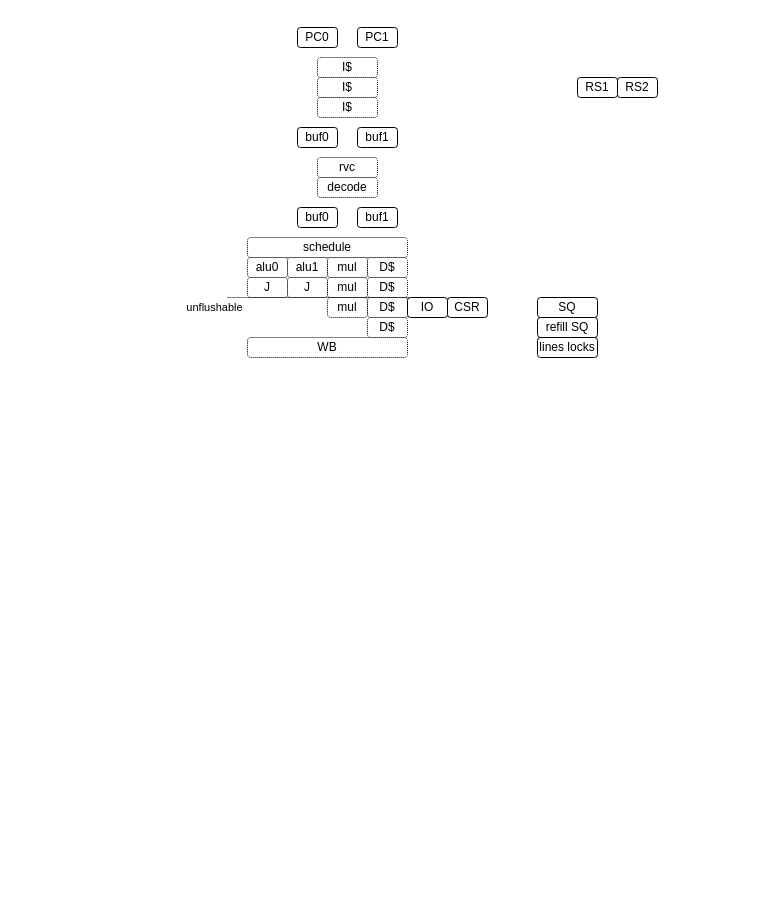
Earlier version of the draw.io diagram page "vexii" (15 of 16) of source/asset/miaou.drawio (SpinalHDL/NaxRiscv-Rtd). Source tidied: cells renumbered, new cells numbered last; positions are measured from the earlier drawing's top-left corner, leaving out a move shared by most shapes. Both pictures are drawn from the tidied source at 100%, with x=0, y=0 at pixel (187, 27).
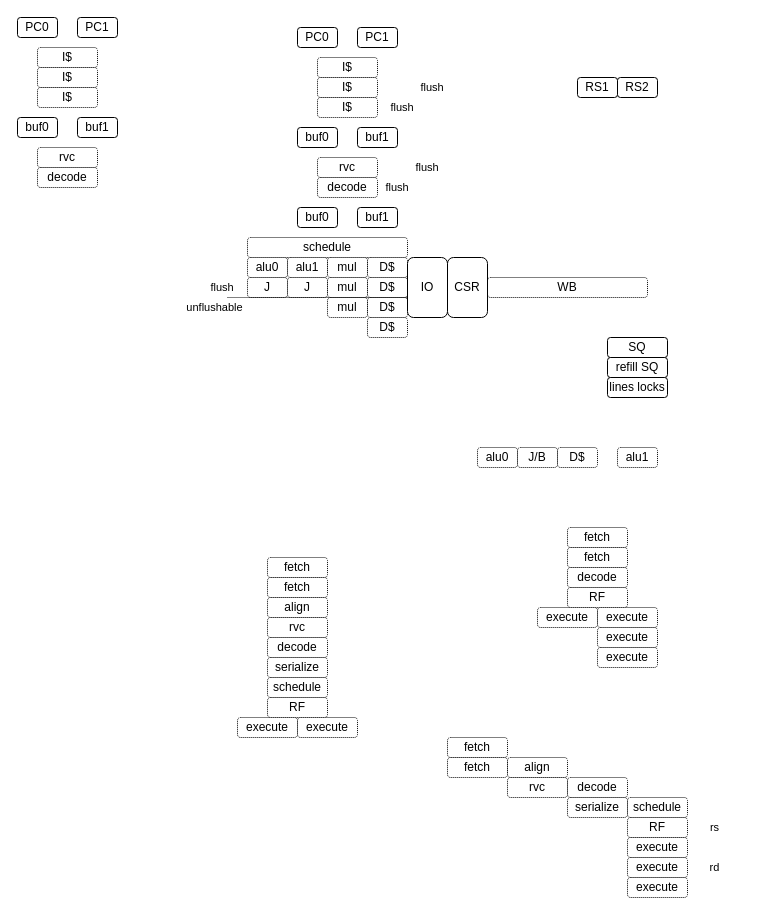
Above is the later version.

What changed in the source:
```diff
@@
     <mxCell id="18" value="&lt;span style=&quot;font-size: 12px;&quot;&gt;WB&lt;/span&gt;" style="rounded=1;whiteSpace=wrap;html=1;fontSize=8;strokeWidth=1;dashed=1;dashPattern=1 1;" parent="1" vertex="1">
-      <mxGeometry x="60" y="310" width="160" height="20" as="geometry" />
+      <mxGeometry x="300" y="250" width="160" height="20" as="geometry" />
     </mxCell>
@@
     <mxCell id="28" value="&lt;span style=&quot;font-size: 12px;&quot;&gt;CSR&lt;/span&gt;" style="rounded=1;whiteSpace=wrap;html=1;fontSize=8;strokeWidth=1;" parent="1" vertex="1">
-      <mxGeometry x="260" y="270" width="40" height="20" as="geometry" />
+      <mxGeometry x="260" y="230" width="40" height="60" as="geometry" />
     </mxCell>
     <mxCell id="29" value="&lt;span style=&quot;font-size: 12px;&quot;&gt;IO&lt;/span&gt;" style="rounded=1;whiteSpace=wrap;html=1;fontSize=8;strokeWidth=1;" parent="1" vertex="1">
-      <mxGeometry x="220" y="270" width="40" height="20" as="geometry" />
+      <mxGeometry x="220" y="230" width="40" height="60" as="geometry" />
     </mxCell>
     <mxCell id="30" value="&lt;span style=&quot;font-size: 12px;&quot;&gt;lines locks&lt;/span&gt;" style="rounded=1;whiteSpace=wrap;html=1;fontSize=8;strokeWidth=1;" parent="1" vertex="1">
-      <mxGeometry x="350" y="310" width="60" height="20" as="geometry" />
+      <mxGeometry x="420" y="350" width="60" height="20" as="geometry" />
     </mxCell>
     <mxCell id="31" value="&lt;span style=&quot;font-size: 12px;&quot;&gt;SQ&lt;/span&gt;" style="rounded=1;whiteSpace=wrap;html=1;fontSize=8;strokeWidth=1;" parent="1" vertex="1">
-      <mxGeometry x="350" y="270" width="60" height="20" as="geometry" />
+      <mxGeometry x="420" y="310" width="60" height="20" as="geometry" />
     </mxCell>
     <mxCell id="32" value="&lt;span style=&quot;font-size: 12px;&quot;&gt;refill SQ&lt;/span&gt;" style="rounded=1;whiteSpace=wrap;html=1;fontSize=8;strokeWidth=1;" parent="1" vertex="1">
-      <mxGeometry x="350" y="290" width="60" height="20" as="geometry" />
+      <mxGeometry x="420" y="330" width="60" height="20" as="geometry" />
     </mxCell>
@@
+    <mxCell id="35" value="&lt;span style=&quot;font-size: 12px;&quot;&gt;PC0&lt;/span&gt;" style="rounded=1;whiteSpace=wrap;html=1;fontSize=8;strokeWidth=1;" parent="1" vertex="1">
+      <mxGeometry x="-170" y="-10" width="40" height="20" as="geometry" />
+    </mxCell>
+    <mxCell id="36" value="&lt;span style=&quot;font-size: 12px;&quot;&gt;PC1&lt;/span&gt;" style="rounded=1;whiteSpace=wrap;html=1;fontSize=8;strokeWidth=1;" parent="1" vertex="1">
+      <mxGeometry x="-110" y="-10" width="40" height="20" as="geometry" />
+    </mxCell>
+    <mxCell id="37" value="&lt;span style=&quot;font-size: 12px;&quot;&gt;I$&lt;/span&gt;" style="rounded=1;whiteSpace=wrap;html=1;fontSize=8;strokeWidth=1;dashed=1;dashPattern=1 1;" parent="1" vertex="1">
+      <mxGeometry x="-150" y="60" width="60" height="20" as="geometry" />
+    </mxCell>
+    <mxCell id="38" value="&lt;span style=&quot;font-size: 12px;&quot;&gt;buf0&lt;/span&gt;" style="rounded=1;whiteSpace=wrap;html=1;fontSize=8;strokeWidth=1;" parent="1" vertex="1">
+      <mxGeometry x="-170" y="90" width="40" height="20" as="geometry" />
+    </mxCell>
+    <mxCell id="39" value="&lt;span style=&quot;font-size: 12px;&quot;&gt;buf1&lt;/span&gt;" style="rounded=1;whiteSpace=wrap;html=1;fontSize=8;strokeWidth=1;" parent="1" vertex="1">
+      <mxGeometry x="-110" y="90" width="40" height="20" as="geometry" />
+    </mxCell>
+    <mxCell id="40" value="&lt;span style=&quot;font-size: 12px;&quot;&gt;rvc&lt;/span&gt;" style="rounded=1;whiteSpace=wrap;html=1;fontSize=8;strokeWidth=1;dashed=1;dashPattern=1 1;" parent="1" vertex="1">
+      <mxGeometry x="-150" y="120" width="60" height="20" as="geometry" />
+    </mxCell>
+    <mxCell id="41" value="&lt;span style=&quot;font-size: 12px;&quot;&gt;decode&lt;/span&gt;" style="rounded=1;whiteSpace=wrap;html=1;fontSize=8;strokeWidth=1;dashed=1;dashPattern=1 1;" parent="1" vertex="1">
+      <mxGeometry x="-150" y="140" width="60" height="20" as="geometry" />
+    </mxCell>
+    <mxCell id="42" value="&lt;span style=&quot;font-size: 12px;&quot;&gt;I$&lt;/span&gt;" style="rounded=1;whiteSpace=wrap;html=1;fontSize=8;strokeWidth=1;dashed=1;dashPattern=1 1;" parent="1" vertex="1">
+      <mxGeometry x="-150" y="40" width="60" height="20" as="geometry" />
+    </mxCell>
+    <mxCell id="43" value="&lt;span style=&quot;font-size: 12px;&quot;&gt;I$&lt;/span&gt;" style="rounded=1;whiteSpace=wrap;html=1;fontSize=8;strokeWidth=1;dashed=1;dashPattern=1 1;" parent="1" vertex="1">
+      <mxGeometry x="-150" y="20" width="60" height="20" as="geometry" />
+    </mxCell>
+    <mxCell id="44" value="flush" style="text;html=1;strokeColor=none;fillColor=none;align=center;verticalAlign=middle;whiteSpace=wrap;rounded=0;dashed=1;dashPattern=1 1;labelBackgroundColor=none;fontSize=11;" parent="1" vertex="1">
+      <mxGeometry x="180" y="70" width="70" height="20" as="geometry" />
+    </mxCell>
+    <mxCell id="45" value="flush" style="text;html=1;strokeColor=none;fillColor=none;align=center;verticalAlign=middle;whiteSpace=wrap;rounded=0;dashed=1;dashPattern=1 1;labelBackgroundColor=none;fontSize=11;" parent="1" vertex="1">
+      <mxGeometry x="175" y="150" width="70" height="20" as="geometry" />
+    </mxCell>
+    <mxCell id="46" value="flush" style="text;html=1;strokeColor=none;fillColor=none;align=center;verticalAlign=middle;whiteSpace=wrap;rounded=0;dashed=1;dashPattern=1 1;labelBackgroundColor=none;fontSize=11;" parent="1" vertex="1">
+      <mxGeometry x="210" y="50" width="70" height="20" as="geometry" />
+    </mxCell>
+    <mxCell id="47" value="flush" style="text;html=1;strokeColor=none;fillColor=none;align=center;verticalAlign=middle;whiteSpace=wrap;rounded=0;dashed=1;dashPattern=1 1;labelBackgroundColor=none;fontSize=11;" parent="1" vertex="1">
+      <mxGeometry x="205" y="130" width="70" height="20" as="geometry" />
+    </mxCell>
+    <mxCell id="48" value="flush" style="text;html=1;strokeColor=none;fillColor=none;align=center;verticalAlign=middle;whiteSpace=wrap;rounded=0;dashed=1;dashPattern=1 1;labelBackgroundColor=none;fontSize=11;" parent="1" vertex="1">
+      <mxGeometry y="250" width="70" height="20" as="geometry" />
+    </mxCell>
+    <mxCell id="49" value="&lt;span style=&quot;font-size: 12px;&quot;&gt;rvc&lt;/span&gt;" style="rounded=1;whiteSpace=wrap;html=1;fontSize=8;strokeWidth=1;dashed=1;dashPattern=1 1;" parent="1" vertex="1">
+      <mxGeometry x="80" y="590" width="60" height="20" as="geometry" />
+    </mxCell>
+    <mxCell id="50" value="&lt;span style=&quot;font-size: 12px;&quot;&gt;decode&lt;/span&gt;" style="rounded=1;whiteSpace=wrap;html=1;fontSize=8;strokeWidth=1;dashed=1;dashPattern=1 1;" parent="1" vertex="1">
+      <mxGeometry x="80" y="610" width="60" height="20" as="geometry" />
+    </mxCell>
+    <mxCell id="51" value="&lt;span style=&quot;font-size: 12px;&quot;&gt;align&lt;/span&gt;" style="rounded=1;whiteSpace=wrap;html=1;fontSize=8;strokeWidth=1;dashed=1;dashPattern=1 1;" parent="1" vertex="1">
+      <mxGeometry x="80" y="570" width="60" height="20" as="geometry" />
+    </mxCell>
+    <mxCell id="52" value="&lt;span style=&quot;font-size: 12px;&quot;&gt;fetch&lt;/span&gt;" style="rounded=1;whiteSpace=wrap;html=1;fontSize=8;strokeWidth=1;dashed=1;dashPattern=1 1;" parent="1" vertex="1">
+      <mxGeometry x="80" y="550" width="60" height="20" as="geometry" />
+    </mxCell>
+    <mxCell id="53" value="&lt;span style=&quot;font-size: 12px;&quot;&gt;serialize&lt;/span&gt;" style="rounded=1;whiteSpace=wrap;html=1;fontSize=8;strokeWidth=1;dashed=1;dashPattern=1 1;" parent="1" vertex="1">
+      <mxGeometry x="80" y="630" width="60" height="20" as="geometry" />
+    </mxCell>
+    <mxCell id="54" value="&lt;span style=&quot;font-size: 12px;&quot;&gt;schedule&lt;/span&gt;" style="rounded=1;whiteSpace=wrap;html=1;fontSize=8;strokeWidth=1;dashed=1;dashPattern=1 1;" parent="1" vertex="1">
+      <mxGeometry x="80" y="650" width="60" height="20" as="geometry" />
+    </mxCell>
+    <mxCell id="55" value="&lt;span style=&quot;font-size: 12px;&quot;&gt;execute&lt;/span&gt;" style="rounded=1;whiteSpace=wrap;html=1;fontSize=8;strokeWidth=1;dashed=1;dashPattern=1 1;" parent="1" vertex="1">
+      <mxGeometry x="50" y="690" width="60" height="20" as="geometry" />
+    </mxCell>
+    <mxCell id="56" value="&lt;span style=&quot;font-size: 12px;&quot;&gt;execute&lt;/span&gt;" style="rounded=1;whiteSpace=wrap;html=1;fontSize=8;strokeWidth=1;dashed=1;dashPattern=1 1;" parent="1" vertex="1">
+      <mxGeometry x="110" y="690" width="60" height="20" as="geometry" />
+    </mxCell>
+    <mxCell id="57" value="&lt;span style=&quot;font-size: 12px;&quot;&gt;alu0&lt;/span&gt;" style="rounded=1;whiteSpace=wrap;html=1;fontSize=8;strokeWidth=1;dashed=1;dashPattern=1 1;" parent="1" vertex="1">
+      <mxGeometry x="290" y="420" width="40" height="20" as="geometry" />
+    </mxCell>
+    <mxCell id="58" value="&lt;span style=&quot;font-size: 12px;&quot;&gt;alu1&lt;/span&gt;" style="rounded=1;whiteSpace=wrap;html=1;fontSize=8;strokeWidth=1;dashed=1;dashPattern=1 1;" parent="1" vertex="1">
+      <mxGeometry x="430" y="420" width="40" height="20" as="geometry" />
+    </mxCell>
+    <mxCell id="59" value="&lt;span style=&quot;font-size: 12px;&quot;&gt;J/B&lt;/span&gt;" style="rounded=1;whiteSpace=wrap;html=1;fontSize=8;strokeWidth=1;dashed=1;dashPattern=1 1;" parent="1" vertex="1">
+      <mxGeometry x="330" y="420" width="40" height="20" as="geometry" />
+    </mxCell>
+    <mxCell id="60" value="&lt;span style=&quot;font-size: 12px;&quot;&gt;D$&lt;/span&gt;" style="rounded=1;whiteSpace=wrap;html=1;fontSize=8;strokeWidth=1;dashed=1;dashPattern=1 1;" parent="1" vertex="1">
+      <mxGeometry x="370" y="420" width="40" height="20" as="geometry" />
+    </mxCell>
+    <mxCell id="61" value="&lt;span style=&quot;font-size: 12px;&quot;&gt;RF&lt;/span&gt;" style="rounded=1;whiteSpace=wrap;html=1;fontSize=8;strokeWidth=1;dashed=1;dashPattern=1 1;" parent="1" vertex="1">
+      <mxGeometry x="80" y="670" width="60" height="20" as="geometry" />
+    </mxCell>
+    <mxCell id="62" value="&lt;span style=&quot;font-size: 12px;&quot;&gt;fetch&lt;/span&gt;" style="rounded=1;whiteSpace=wrap;html=1;fontSize=8;strokeWidth=1;dashed=1;dashPattern=1 1;" parent="1" vertex="1">
+      <mxGeometry x="80" y="530" width="60" height="20" as="geometry" />
+    </mxCell>
+    <mxCell id="63" value="&lt;span style=&quot;font-size: 12px;&quot;&gt;decode&lt;/span&gt;" style="rounded=1;whiteSpace=wrap;html=1;fontSize=8;strokeWidth=1;dashed=1;dashPattern=1 1;" parent="1" vertex="1">
+      <mxGeometry x="380" y="540" width="60" height="20" as="geometry" />
+    </mxCell>
+    <mxCell id="64" value="&lt;span style=&quot;font-size: 12px;&quot;&gt;fetch&lt;/span&gt;" style="rounded=1;whiteSpace=wrap;html=1;fontSize=8;strokeWidth=1;dashed=1;dashPattern=1 1;" parent="1" vertex="1">
+      <mxGeometry x="380" y="520" width="60" height="20" as="geometry" />
+    </mxCell>
+    <mxCell id="65" value="&lt;span style=&quot;font-size: 12px;&quot;&gt;execute&lt;/span&gt;" style="rounded=1;whiteSpace=wrap;html=1;fontSize=8;strokeWidth=1;dashed=1;dashPattern=1 1;" parent="1" vertex="1">
+      <mxGeometry x="350" y="580" width="60" height="20" as="geometry" />
+    </mxCell>
+    <mxCell id="66" value="&lt;span style=&quot;font-size: 12px;&quot;&gt;execute&lt;/span&gt;" style="rounded=1;whiteSpace=wrap;html=1;fontSize=8;strokeWidth=1;dashed=1;dashPattern=1 1;" parent="1" vertex="1">
+      <mxGeometry x="410" y="580" width="60" height="20" as="geometry" />
+    </mxCell>
+    <mxCell id="67" value="&lt;span style=&quot;font-size: 12px;&quot;&gt;RF&lt;/span&gt;" style="rounded=1;whiteSpace=wrap;html=1;fontSize=8;strokeWidth=1;dashed=1;dashPattern=1 1;" parent="1" vertex="1">
+      <mxGeometry x="380" y="560" width="60" height="20" as="geometry" />
+    </mxCell>
+    <mxCell id="68" value="&lt;span style=&quot;font-size: 12px;&quot;&gt;fetch&lt;/span&gt;" style="rounded=1;whiteSpace=wrap;html=1;fontSize=8;strokeWidth=1;dashed=1;dashPattern=1 1;" parent="1" vertex="1">
+      <mxGeometry x="380" y="500" width="60" height="20" as="geometry" />
+    </mxCell>
+    <mxCell id="69" value="&lt;span style=&quot;font-size: 12px;&quot;&gt;execute&lt;/span&gt;" style="rounded=1;whiteSpace=wrap;html=1;fontSize=8;strokeWidth=1;dashed=1;dashPattern=1 1;" parent="1" vertex="1">
+      <mxGeometry x="410" y="600" width="60" height="20" as="geometry" />
+    </mxCell>
+    <mxCell id="70" value="&lt;span style=&quot;font-size: 12px;&quot;&gt;execute&lt;/span&gt;" style="rounded=1;whiteSpace=wrap;html=1;fontSize=8;strokeWidth=1;dashed=1;dashPattern=1 1;" parent="1" vertex="1">
+      <mxGeometry x="410" y="620" width="60" height="20" as="geometry" />
+    </mxCell>
+    <mxCell id="71" value="&lt;span style=&quot;font-size: 12px;&quot;&gt;rvc&lt;/span&gt;" style="rounded=1;whiteSpace=wrap;html=1;fontSize=8;strokeWidth=1;dashed=1;dashPattern=1 1;" parent="1" vertex="1">
+      <mxGeometry x="320" y="750" width="60" height="20" as="geometry" />
+    </mxCell>
+    <mxCell id="72" value="&lt;span style=&quot;font-size: 12px;&quot;&gt;decode&lt;/span&gt;" style="rounded=1;whiteSpace=wrap;html=1;fontSize=8;strokeWidth=1;dashed=1;dashPattern=1 1;" parent="1" vertex="1">
+      <mxGeometry x="380" y="750" width="60" height="20" as="geometry" />
+    </mxCell>
+    <mxCell id="73" value="&lt;span style=&quot;font-size: 12px;&quot;&gt;align&lt;/span&gt;" style="rounded=1;whiteSpace=wrap;html=1;fontSize=8;strokeWidth=1;dashed=1;dashPattern=1 1;" parent="1" vertex="1">
+      <mxGeometry x="320" y="730" width="60" height="20" as="geometry" />
+    </mxCell>
+    <mxCell id="74" value="&lt;span style=&quot;font-size: 12px;&quot;&gt;fetch&lt;/span&gt;" style="rounded=1;whiteSpace=wrap;html=1;fontSize=8;strokeWidth=1;dashed=1;dashPattern=1 1;" parent="1" vertex="1">
+      <mxGeometry x="260" y="730" width="60" height="20" as="geometry" />
+    </mxCell>
+    <mxCell id="75" value="&lt;span style=&quot;font-size: 12px;&quot;&gt;serialize&lt;/span&gt;" style="rounded=1;whiteSpace=wrap;html=1;fontSize=8;strokeWidth=1;dashed=1;dashPattern=1 1;" parent="1" vertex="1">
+      <mxGeometry x="380" y="770" width="60" height="20" as="geometry" />
+    </mxCell>
+    <mxCell id="76" value="&lt;span style=&quot;font-size: 12px;&quot;&gt;schedule&lt;/span&gt;" style="rounded=1;whiteSpace=wrap;html=1;fontSize=8;strokeWidth=1;dashed=1;dashPattern=1 1;" parent="1" vertex="1">
+      <mxGeometry x="440" y="770" width="60" height="20" as="geometry" />
+    </mxCell>
+    <mxCell id="77" value="&lt;span style=&quot;font-size: 12px;&quot;&gt;execute&lt;/span&gt;" style="rounded=1;whiteSpace=wrap;html=1;fontSize=8;strokeWidth=1;dashed=1;dashPattern=1 1;" parent="1" vertex="1">
+      <mxGeometry x="440" y="810" width="60" height="20" as="geometry" />
+    </mxCell>
+    <mxCell id="78" value="&lt;span style=&quot;font-size: 12px;&quot;&gt;RF&lt;/span&gt;" style="rounded=1;whiteSpace=wrap;html=1;fontSize=8;strokeWidth=1;dashed=1;dashPattern=1 1;" parent="1" vertex="1">
+      <mxGeometry x="440" y="790" width="60" height="20" as="geometry" />
+    </mxCell>
+    <mxCell id="79" value="&lt;span style=&quot;font-size: 12px;&quot;&gt;fetch&lt;/span&gt;" style="rounded=1;whiteSpace=wrap;html=1;fontSize=8;strokeWidth=1;dashed=1;dashPattern=1 1;" parent="1" vertex="1">
+      <mxGeometry x="260" y="710" width="60" height="20" as="geometry" />
+    </mxCell>
+    <mxCell id="80" value="&lt;span style=&quot;font-size: 12px;&quot;&gt;execute&lt;/span&gt;" style="rounded=1;whiteSpace=wrap;html=1;fontSize=8;strokeWidth=1;dashed=1;dashPattern=1 1;" parent="1" vertex="1">
+      <mxGeometry x="440" y="830" width="60" height="20" as="geometry" />
+    </mxCell>
+    <mxCell id="81" value="&lt;span style=&quot;font-size: 12px;&quot;&gt;execute&lt;/span&gt;" style="rounded=1;whiteSpace=wrap;html=1;fontSize=8;strokeWidth=1;dashed=1;dashPattern=1 1;" parent="1" vertex="1">
+      <mxGeometry x="440" y="850" width="60" height="20" as="geometry" />
+    </mxCell>
+    <mxCell id="82" value="rs" style="text;html=1;strokeColor=none;fillColor=none;align=center;verticalAlign=middle;whiteSpace=wrap;rounded=0;dashed=1;dashPattern=1 1;labelBackgroundColor=none;fontSize=11;" parent="1" vertex="1">
+      <mxGeometry x="500" y="790" width="55" height="20" as="geometry" />
+    </mxCell>
+    <mxCell id="83" value="rd" style="text;html=1;strokeColor=none;fillColor=none;align=center;verticalAlign=middle;whiteSpace=wrap;rounded=0;dashed=1;dashPattern=1 1;labelBackgroundColor=none;fontSize=11;" parent="1" vertex="1">
+      <mxGeometry x="500" y="830" width="55" height="20" as="geometry" />
+    </mxCell>
```
